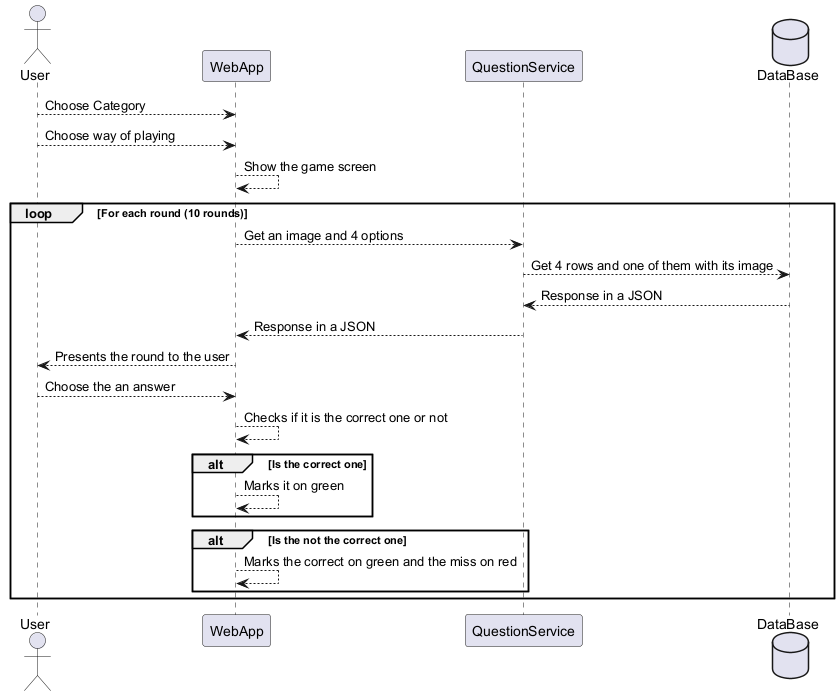
The PlantUML diagram images/Playing.png in Arquisoft/wichat_en3b, before a commit.
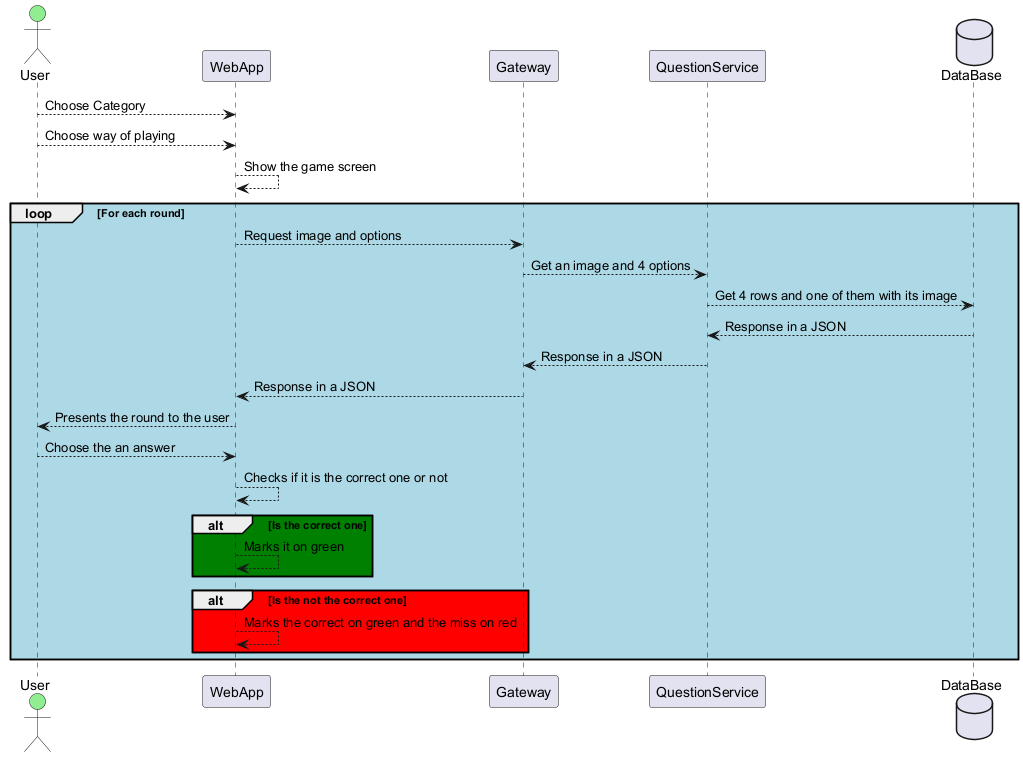
The same file after the commit.

Diff of the diagram source:
```diff
@@ -1,30 +1,31 @@
 @startuml
-
-actor User
+actor User #lightgreen
 participant WebApp
+participant Gateway
 participant QuestionService
 database DataBase
 
 User --> WebApp: Choose Category
 User --> WebApp: Choose way of playing
 WebApp --> WebApp: Show the game screen
-loop For each round (10 rounds)
-    WebApp --> QuestionService: Get an image and 4 options
+
+loop #lightblue For each round
+    WebApp --> Gateway: Request image and options
+    Gateway --> QuestionService: Get an image and 4 options
     QuestionService --> DataBase: Get 4 rows and one of them with its image
     DataBase --> QuestionService: Response in a JSON
-    QuestionService --> WebApp: Response in a JSON
+    QuestionService --> Gateway: Response in a JSON
+    Gateway --> WebApp: Response in a JSON
     WebApp --> User: Presents the round to the user
     User --> WebApp: Choose the an answer
     WebApp --> WebApp: Checks if it is the correct one or not
 
-    alt Is the correct one
+    alt #green Is the correct one
         WebApp--> WebApp: Marks it on green
     end
 
-    alt Is the not the correct one
+    alt #red Is the not the correct one
         WebApp--> WebApp: Marks the correct on green and the miss on red
     end
-
 end
-
 @enduml
```
